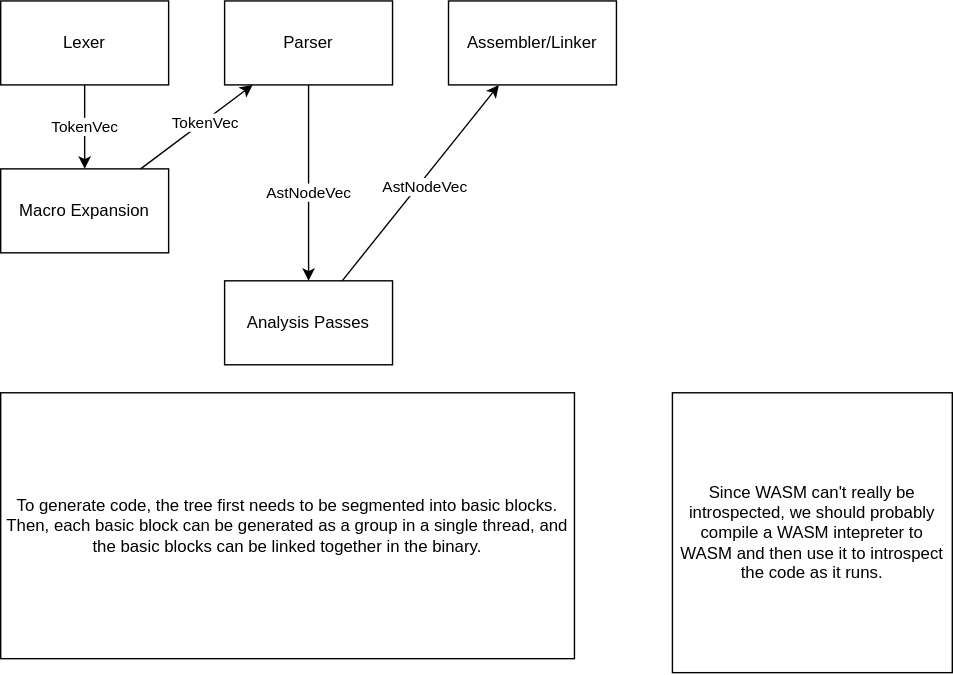
A1Liu/tci keeps this draw.io diagram as design.drawio.svg. Above is the earlier version. Source tidied: cells renumbered, new cells last; positions are measured from the earlier drawing's top-left corner, leaving out a move shared by most shapes.
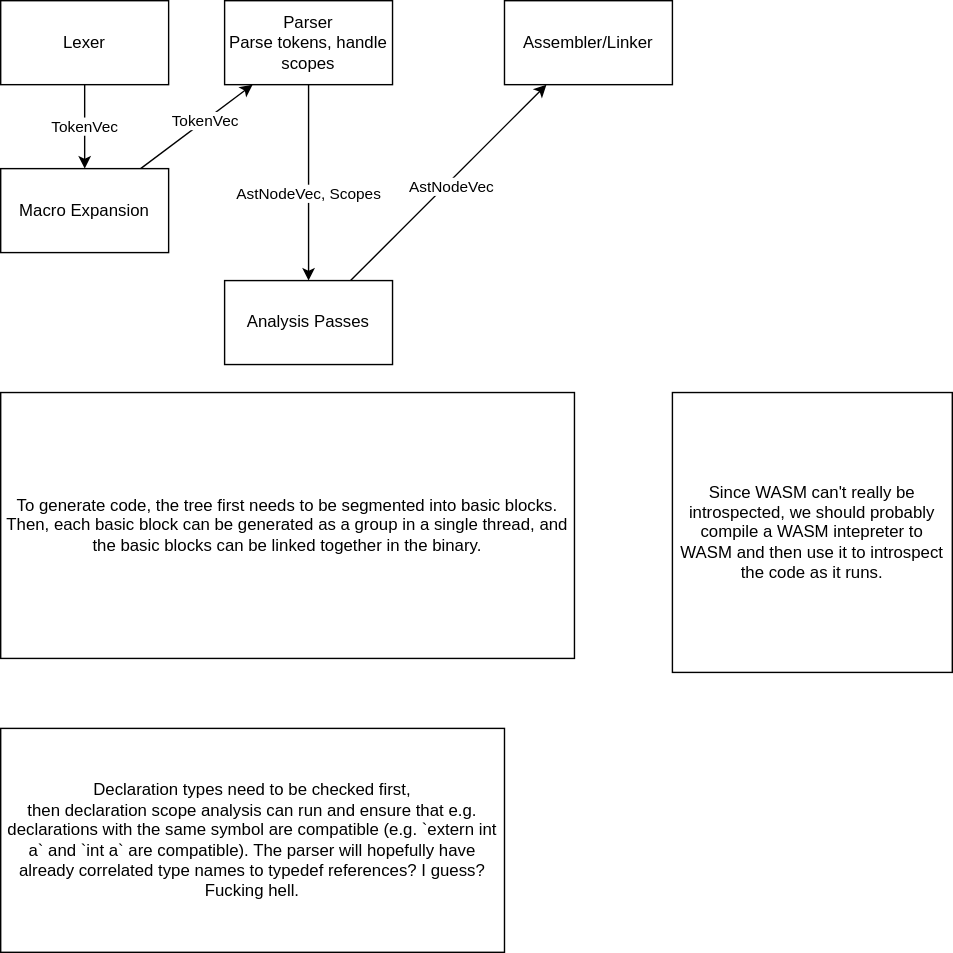
Above is the later version.

The edit, as a diff of the source:
```diff
@@ -20,12 +20,12 @@
     <mxCell id="7" style="edgeStyle=none;html=1;" parent="1" edge="1" source="9" target="12">
       <mxGeometry relative="1" as="geometry" />
     </mxCell>
-    <mxCell id="8" value="AstNodeVec" style="edgeLabel;html=1;align=center;verticalAlign=middle;" parent="7" vertex="1">
+    <mxCell id="8" value="AstNodeVec, Scopes" style="edgeLabel;html=1;align=center;verticalAlign=middle;" parent="7" vertex="1">
       <mxGeometry x="0.1" relative="1" as="geometry">
         <mxPoint x="-1" as="offset" />
       </mxGeometry>
     </mxCell>
-    <mxCell id="9" value="Parser" style="whiteSpace=wrap;html=1;" parent="1" vertex="1">
+    <mxCell id="9" value="Parser&lt;br&gt;Parse tokens, handle scopes" style="whiteSpace=wrap;html=1;" parent="1" vertex="1">
       <mxGeometry x="160" width="120" height="60" as="geometry" />
     </mxCell>
     <mxCell id="10" style="edgeStyle=none;html=1;" parent="1" edge="1" source="12" target="13">
@@ -40,7 +40,7 @@
       <mxGeometry x="160" y="200" width="120" height="60" as="geometry" />
     </mxCell>
     <mxCell id="13" value="Assembler/Linker" style="whiteSpace=wrap;html=1;" parent="1" vertex="1">
-      <mxGeometry x="320" width="120" height="60" as="geometry" />
+      <mxGeometry x="360" width="120" height="60" as="geometry" />
     </mxCell>
     <mxCell id="14" value="To generate code, the tree first needs to be segmented into basic blocks. Then, each basic block can be generated as a group in a single thread, and the basic blocks can be linked together in the binary." style="whiteSpace=wrap;html=1;" parent="1" vertex="1">
       <mxGeometry y="280" width="410" height="190" as="geometry" />
@@ -48,5 +48,8 @@
     <mxCell id="15" value="Since WASM can't really be introspected, we should probably compile a WASM intepreter to WASM and then use it to introspect the code as it runs." style="whiteSpace=wrap;html=1;" parent="1" vertex="1">
       <mxGeometry x="480" y="280" width="200" height="200" as="geometry" />
     </mxCell>
+    <mxCell id="16" value="Declaration types need to be checked first,&lt;br&gt;then declaration scope analysis can run and ensure that e.g. declarations with the same symbol are compatible (e.g. `extern int a` and `int a` are compatible). The parser will hopefully have already correlated type names to typedef references? I guess?&lt;br&gt;Fucking hell." style="whiteSpace=wrap;html=1;" parent="1" vertex="1">
+      <mxGeometry y="520" width="360" height="160" as="geometry" />
+    </mxCell>
   </root>
 </mxGraphModel>
```
